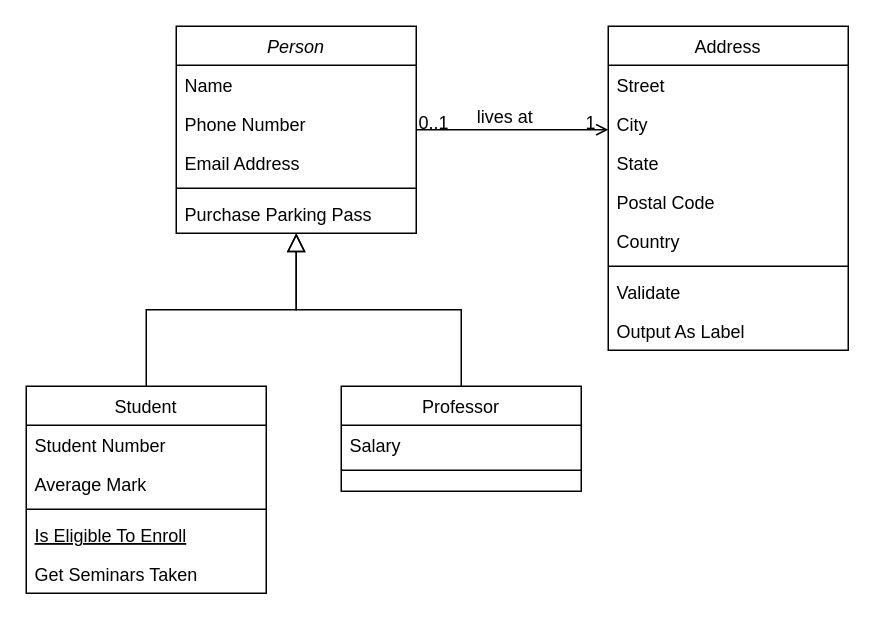
Above: Untitled Diagram.drawio in ElmarKessler/m165_elmarkessler (draw.io), before the change. Source tidied: cells renumbered, new cells numbered last; positions are measured from the earlier drawing's top-left corner, leaving out a move shared by most shapes. Both pictures are drawn from the tidied source at 150%, with x=0, y=0 at pixel (26, 26).
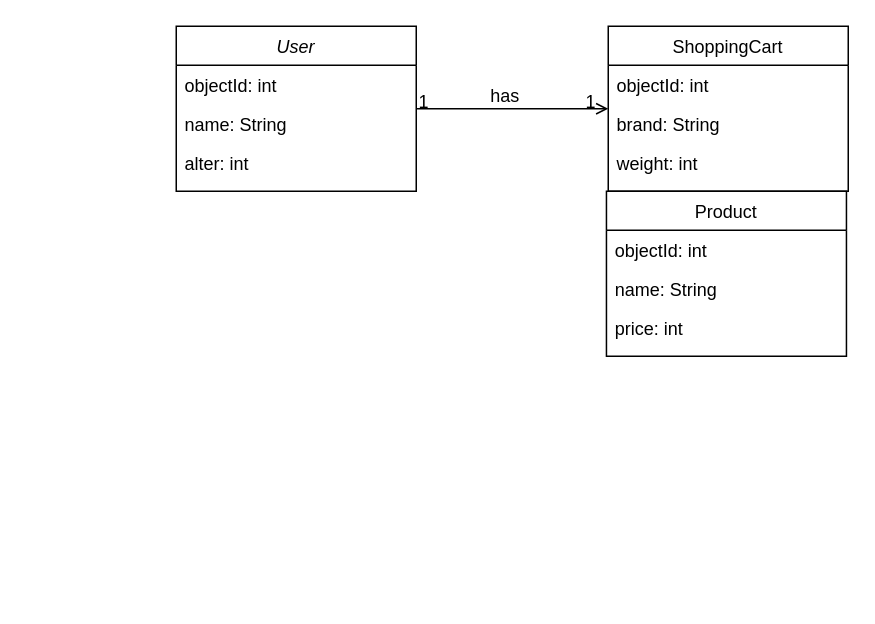
The same page after the edit.

Unchanged cells that the change refers to:
```xml
<mxCell id="28" style="endArrow=open;shadow=0;strokeWidth=1;rounded=0;curved=0;endFill=1;edgeStyle=elbowEdgeStyle;elbow=vertical;" parent="1" edge="1" source="2" target="19">
  <mxGeometry x="0.5" y="41" relative="1" as="geometry">
    <mxPoint x="-40" y="32" as="offset" />
  </mxGeometry>
</mxCell>
```

Change to the diagram source:
```diff
@@
-    <mxCell id="2" value="Person" style="swimlane;fontStyle=2;align=center;verticalAlign=top;horizontal=1;startSize=26;rounded=0;shadow=0;strokeWidth=1;" parent="1" vertex="1">
-      <mxGeometry x="100" width="160" height="138" as="geometry" />
+    <mxCell id="2" value="User" style="swimlane;fontStyle=2;align=center;verticalAlign=top;horizontal=1;startSize=26;rounded=0;shadow=0;strokeWidth=1;" parent="1" vertex="1">
+      <mxGeometry x="100" width="160" height="110" as="geometry" />
     </mxCell>
-    <mxCell id="3" value="Name" style="text;align=left;verticalAlign=top;spacingLeft=4;spacingRight=4;overflow=hidden;" parent="2" vertex="1">
+    <mxCell id="3" value="objectId: int" style="text;align=left;verticalAlign=top;spacingLeft=4;spacingRight=4;overflow=hidden;" parent="2" vertex="1">
       <mxGeometry y="26" width="160" height="26" as="geometry" />
     </mxCell>
-    <mxCell id="4" value="Phone Number" style="text;align=left;verticalAlign=top;spacingLeft=4;spacingRight=4;overflow=hidden;rounded=0;shadow=0;html=0;" parent="2" vertex="1">
-      <mxGeometry y="52" width="160" height="26" as="geometry" />
-    </mxCell>
-    <mxCell id="5" value="Email Address" style="text;align=left;verticalAlign=top;spacingLeft=4;spacingRight=4;overflow=hidden;rounded=0;shadow=0;html=0;" parent="2" vertex="1">
-      <mxGeometry y="78" width="160" height="26" as="geometry" />
-    </mxCell>
-    <mxCell id="6" style="line;html=1;strokeWidth=1;align=left;verticalAlign=middle;spacingTop=-1;spacingLeft=3;spacingRight=3;labelPosition=right;" parent="2" vertex="1">
-      <mxGeometry y="104" width="160" height="8" as="geometry" />
-    </mxCell>
-    <mxCell id="7" value="Purchase Parking Pass" style="text;align=left;verticalAlign=top;spacingLeft=4;spacingRight=4;overflow=hidden;" parent="2" vertex="1">
-      <mxGeometry y="112" width="160" height="26" as="geometry" />
-    </mxCell>
-    <mxCell id="8" value="Student" style="swimlane;fontStyle=0;align=center;verticalAlign=top;horizontal=1;startSize=26;rounded=0;shadow=0;strokeWidth=1;" parent="1" vertex="1">
-      <mxGeometry y="240" width="160" height="138" as="geometry" />
-    </mxCell>
-    <mxCell id="9" value="Student Number" style="text;align=left;verticalAlign=top;spacingLeft=4;spacingRight=4;overflow=hidden;" parent="8" vertex="1">
-      <mxGeometry y="26" width="160" height="26" as="geometry" />
-    </mxCell>
-    <mxCell id="10" value="Average Mark" style="text;align=left;verticalAlign=top;spacingLeft=4;spacingRight=4;overflow=hidden;rounded=0;shadow=0;html=0;" parent="8" vertex="1">
-      <mxGeometry y="52" width="160" height="26" as="geometry" />
-    </mxCell>
-    <mxCell id="11" style="line;html=1;strokeWidth=1;align=left;verticalAlign=middle;spacingTop=-1;spacingLeft=3;spacingRight=3;labelPosition=right;" parent="8" vertex="1">
-      <mxGeometry y="78" width="160" height="8" as="geometry" />
-    </mxCell>
-    <mxCell id="12" value="Is Eligible To Enroll" style="text;align=left;verticalAlign=top;spacingLeft=4;spacingRight=4;overflow=hidden;fontStyle=4;" parent="8" vertex="1">
-      <mxGeometry y="86" width="160" height="26" as="geometry" />
-    </mxCell>
-    <mxCell id="13" value="Get Seminars Taken" style="text;align=left;verticalAlign=top;spacingLeft=4;spacingRight=4;overflow=hidden;" parent="8" vertex="1">
-      <mxGeometry y="112" width="160" height="26" as="geometry" />
-    </mxCell>
-    <mxCell id="14" style="endArrow=block;endSize=10;endFill=0;shadow=0;strokeWidth=1;rounded=0;curved=0;edgeStyle=elbowEdgeStyle;elbow=vertical;" parent="1" edge="1" source="8" target="2">
-      <mxGeometry relative="1" as="geometry" />
-    </mxCell>
-    <mxCell id="15" value="Professor" style="swimlane;fontStyle=0;align=center;verticalAlign=top;horizontal=1;startSize=26;rounded=0;shadow=0;strokeWidth=1;" parent="1" vertex="1">
-      <mxGeometry x="210" y="240" width="160" height="70" as="geometry" />
-    </mxCell>
-    <mxCell id="16" value="Salary" style="text;align=left;verticalAlign=top;spacingLeft=4;spacingRight=4;overflow=hidden;" parent="15" vertex="1">
-      <mxGeometry y="26" width="160" height="26" as="geometry" />
-    </mxCell>
-    <mxCell id="17" style="line;html=1;strokeWidth=1;align=left;verticalAlign=middle;spacingTop=-1;spacingLeft=3;spacingRight=3;labelPosition=right;" parent="15" vertex="1">
-      <mxGeometry y="52" width="160" height="8" as="geometry" />
-    </mxCell>
-    <mxCell id="18" style="endArrow=block;endSize=10;endFill=0;shadow=0;strokeWidth=1;rounded=0;curved=0;edgeStyle=elbowEdgeStyle;elbow=vertical;" parent="1" edge="1" source="15" target="2">
-      <mxGeometry relative="1" as="geometry" />
-    </mxCell>
+    <mxCell id="32" value="name: String" style="text;align=left;verticalAlign=top;spacingLeft=4;spacingRight=4;overflow=hidden;" parent="2" vertex="1">
+      <mxGeometry y="52" width="160" height="26" as="geometry" />
+    </mxCell>
+    <mxCell id="33" value="alter: int" style="text;align=left;verticalAlign=top;spacingLeft=4;spacingRight=4;overflow=hidden;" parent="2" vertex="1">
+      <mxGeometry y="78" width="160" height="26" as="geometry" />
+    </mxCell>
-    <mxCell id="19" value="Address" style="swimlane;fontStyle=0;align=center;verticalAlign=top;horizontal=1;startSize=26;rounded=0;shadow=0;strokeWidth=1;" parent="1" vertex="1">
-      <mxGeometry x="388" width="160" height="216" as="geometry" />
+    <mxCell id="19" value="ShoppingCart" style="swimlane;fontStyle=0;align=center;verticalAlign=top;horizontal=1;startSize=26;rounded=0;shadow=0;strokeWidth=1;" parent="1" vertex="1">
+      <mxGeometry x="388" width="160" height="110" as="geometry" />
     </mxCell>
-    <mxCell id="20" value="Street" style="text;align=left;verticalAlign=top;spacingLeft=4;spacingRight=4;overflow=hidden;" parent="19" vertex="1">
+    <mxCell id="20" value="objectId: int" style="text;align=left;verticalAlign=top;spacingLeft=4;spacingRight=4;overflow=hidden;" parent="19" vertex="1">
       <mxGeometry y="26" width="160" height="26" as="geometry" />
     </mxCell>
-    <mxCell id="21" value="City" style="text;align=left;verticalAlign=top;spacingLeft=4;spacingRight=4;overflow=hidden;rounded=0;shadow=0;html=0;" parent="19" vertex="1">
+    <mxCell id="21" value="brand: String" style="text;align=left;verticalAlign=top;spacingLeft=4;spacingRight=4;overflow=hidden;rounded=0;shadow=0;html=0;" parent="19" vertex="1">
       <mxGeometry y="52" width="160" height="26" as="geometry" />
     </mxCell>
-    <mxCell id="22" value="State" style="text;align=left;verticalAlign=top;spacingLeft=4;spacingRight=4;overflow=hidden;rounded=0;shadow=0;html=0;" parent="19" vertex="1">
-      <mxGeometry y="78" width="160" height="26" as="geometry" />
-    </mxCell>
-    <mxCell id="23" value="Postal Code" style="text;align=left;verticalAlign=top;spacingLeft=4;spacingRight=4;overflow=hidden;rounded=0;shadow=0;html=0;" parent="19" vertex="1">
-      <mxGeometry y="104" width="160" height="26" as="geometry" />
-    </mxCell>
-    <mxCell id="24" value="Country" style="text;align=left;verticalAlign=top;spacingLeft=4;spacingRight=4;overflow=hidden;rounded=0;shadow=0;html=0;" parent="19" vertex="1">
-      <mxGeometry y="130" width="160" height="26" as="geometry" />
+    <mxCell id="24" value="weight: int" style="text;align=left;verticalAlign=top;spacingLeft=4;spacingRight=4;overflow=hidden;rounded=0;shadow=0;html=0;" parent="19" vertex="1">
+      <mxGeometry y="78" width="160" height="26" as="geometry" />
     </mxCell>
-    <mxCell id="25" style="line;html=1;strokeWidth=1;align=left;verticalAlign=middle;spacingTop=-1;spacingLeft=3;spacingRight=3;labelPosition=right;" parent="19" vertex="1">
-      <mxGeometry y="156" width="160" height="8" as="geometry" />
-    </mxCell>
-    <mxCell id="26" value="Validate" style="text;align=left;verticalAlign=top;spacingLeft=4;spacingRight=4;overflow=hidden;" parent="19" vertex="1">
-      <mxGeometry y="164" width="160" height="26" as="geometry" />
-    </mxCell>
-    <mxCell id="27" value="Output As Label" style="text;align=left;verticalAlign=top;spacingLeft=4;spacingRight=4;overflow=hidden;" parent="19" vertex="1">
-      <mxGeometry y="190" width="160" height="26" as="geometry" />
-    </mxCell>
@@
-    <mxCell id="29" value="0..1" style="align=left;verticalAlign=bottom;labelBackgroundColor=none;fontSize=12;" parent="28" vertex="1">
+    <mxCell id="29" value="1" style="align=left;verticalAlign=bottom;labelBackgroundColor=none;fontSize=12;" parent="28" vertex="1">
       <mxGeometry x="-1" relative="1" as="geometry">
         <mxPoint y="4" as="offset" />
       </mxGeometry>
     </mxCell>
@@
-    <mxCell id="31" value="lives at" style="text;html=1;align=center;verticalAlign=middle;labelBackgroundColor=none;rounded=0;shadow=0;strokeWidth=1;fontSize=12;" parent="28" vertex="1">
+    <mxCell id="31" value="has" style="text;html=1;align=center;verticalAlign=middle;labelBackgroundColor=none;rounded=0;shadow=0;strokeWidth=1;fontSize=12;" parent="28" vertex="1">
       <mxGeometry x="0.5" y="49" relative="1" as="geometry">
         <mxPoint x="-38" y="40" as="offset" />
       </mxGeometry>
     </mxCell>
+    <mxCell id="34" value="Product" style="swimlane;fontStyle=0;align=center;verticalAlign=top;horizontal=1;startSize=26;rounded=0;shadow=0;strokeWidth=1;" parent="1" vertex="1">
+      <mxGeometry x="386.8" y="110" width="160" height="110" as="geometry" />
+    </mxCell>
+    <mxCell id="35" value="objectId: int" style="text;align=left;verticalAlign=top;spacingLeft=4;spacingRight=4;overflow=hidden;rounded=0;shadow=0;html=0;" parent="34" vertex="1">
+      <mxGeometry y="26" width="160" height="26" as="geometry" />
+    </mxCell>
+    <mxCell id="36" value="name: String" style="text;align=left;verticalAlign=top;spacingLeft=4;spacingRight=4;overflow=hidden;rounded=0;shadow=0;html=0;" parent="34" vertex="1">
+      <mxGeometry y="52" width="160" height="26" as="geometry" />
+    </mxCell>
+    <mxCell id="37" value="price: int" style="text;align=left;verticalAlign=top;spacingLeft=4;spacingRight=4;overflow=hidden;rounded=0;shadow=0;html=0;" parent="34" vertex="1">
+      <mxGeometry y="78" width="160" height="26" as="geometry" />
+    </mxCell>
```
